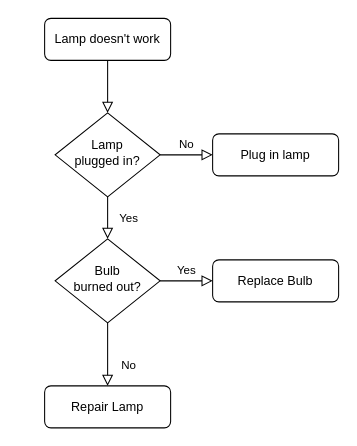
Above: 2.1.1.8 Lab - Creating a Process Flowchart.drawio in Shaykhouna/Cicsco_-_Lab_Netacad (draw.io), before the change. Source tidied: cells renumbered, new cells numbered last; positions are measured from the earlier drawing's top-left corner, leaving out a move shared by most shapes. Both pictures are drawn from the tidied source at 105%, with x=0, y=0 at pixel (44, 18).
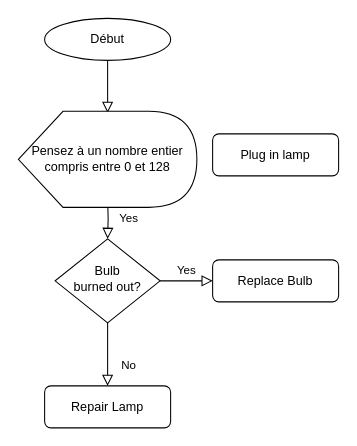
After the change.

Diff of the diagram source:
```diff
@@
 <mxGraphModel>
   <root>
     <mxCell id="0" />
     <mxCell id="1" parent="0" />
-    <mxCell id="2" style="rounded=0;html=1;jettySize=auto;fontSize=11;endArrow=block;endFill=0;endSize=8;strokeWidth=1;shadow=0;labelBackgroundColor=none;edgeStyle=orthogonalEdgeStyle;" parent="1" edge="1" source="3" target="6">
-      <mxGeometry relative="1" as="geometry" />
+    <mxCell id="2" style="rounded=0;html=1;jettySize=auto;fontSize=11;endArrow=block;endFill=0;endSize=8;strokeWidth=1;shadow=0;labelBackgroundColor=none;edgeStyle=orthogonalEdgeStyle;" parent="1" edge="1" source="3">
+      <mxGeometry relative="1" as="geometry">
+        <mxPoint x="60" y="90" as="targetPoint" />
+      </mxGeometry>
     </mxCell>
-    <mxCell id="3" value="Lamp doesn't work" style="rounded=1;whiteSpace=wrap;html=1;fontSize=12;glass=0;strokeWidth=1;shadow=0;" parent="1" vertex="1">
+    <mxCell id="3" value="Début" style="ellipse;whiteSpace=wrap;html=1;" parent="1" vertex="1">
       <mxGeometry width="120" height="40" as="geometry" />
     </mxCell>
-    <mxCell id="4" value="Yes" style="rounded=0;html=1;jettySize=auto;fontSize=11;endArrow=block;endFill=0;endSize=8;strokeWidth=1;shadow=0;labelBackgroundColor=none;edgeStyle=orthogonalEdgeStyle;" parent="1" edge="1" source="6" target="10">
-      <mxGeometry y="20" relative="1" as="geometry" />
+    <mxCell id="4" value="Yes" style="rounded=0;html=1;jettySize=auto;fontSize=11;endArrow=block;endFill=0;endSize=8;strokeWidth=1;shadow=0;labelBackgroundColor=none;edgeStyle=orthogonalEdgeStyle;" parent="1" edge="1" target="10">
+      <mxGeometry y="20" relative="1" as="geometry">
+        <mxPoint x="60" y="170" as="sourcePoint" />
+      </mxGeometry>
     </mxCell>
-    <mxCell id="5" value="No" style="edgeStyle=orthogonalEdgeStyle;rounded=0;html=1;jettySize=auto;fontSize=11;endArrow=block;endFill=0;endSize=8;strokeWidth=1;shadow=0;labelBackgroundColor=none;" parent="1" edge="1" source="6" target="7">
-      <mxGeometry y="10" relative="1" as="geometry" />
-    </mxCell>
-    <mxCell id="6" value="Lamp&lt;br&gt;plugged in?" style="rhombus;whiteSpace=wrap;html=1;shadow=0;fontFamily=Helvetica;fontSize=12;align=center;strokeWidth=1;spacing=6;spacingTop=-4;" parent="1" vertex="1">
-      <mxGeometry x="10" y="90" width="100" height="80" as="geometry" />
-    </mxCell>
     <mxCell id="7" value="Plug in lamp" style="rounded=1;whiteSpace=wrap;html=1;fontSize=12;glass=0;strokeWidth=1;shadow=0;" parent="1" vertex="1">
       <mxGeometry x="160" y="110" width="120" height="40" as="geometry" />
     </mxCell>
     <mxCell id="8" value="No" style="rounded=0;html=1;jettySize=auto;fontSize=11;endArrow=block;endFill=0;endSize=8;strokeWidth=1;shadow=0;labelBackgroundColor=none;edgeStyle=orthogonalEdgeStyle;" parent="1" edge="1" source="10" target="11">
       <mxGeometry x="0.33" y="20" relative="1" as="geometry" />
     </mxCell>
     <mxCell id="9" value="Yes" style="edgeStyle=orthogonalEdgeStyle;rounded=0;html=1;jettySize=auto;fontSize=11;endArrow=block;endFill=0;endSize=8;strokeWidth=1;shadow=0;labelBackgroundColor=none;" parent="1" edge="1" source="10" target="12">
       <mxGeometry y="10" relative="1" as="geometry" />
     </mxCell>
     <mxCell id="10" value="Bulb&lt;br&gt;burned out?" style="rhombus;whiteSpace=wrap;html=1;shadow=0;fontFamily=Helvetica;fontSize=12;align=center;strokeWidth=1;spacing=6;spacingTop=-4;" parent="1" vertex="1">
       <mxGeometry x="10" y="210" width="100" height="80" as="geometry" />
     </mxCell>
     <mxCell id="11" value="Repair Lamp" style="rounded=1;whiteSpace=wrap;html=1;fontSize=12;glass=0;strokeWidth=1;shadow=0;" parent="1" vertex="1">
       <mxGeometry y="350" width="120" height="40" as="geometry" />
     </mxCell>
     <mxCell id="12" value="Replace Bulb" style="rounded=1;whiteSpace=wrap;html=1;fontSize=12;glass=0;strokeWidth=1;shadow=0;" parent="1" vertex="1">
       <mxGeometry x="160" y="230" width="120" height="40" as="geometry" />
     </mxCell>
+    <mxCell id="13" value="Pensez à un nombre entier compris entre 0 et 128" style="shape=display;whiteSpace=wrap;html=1;" parent="1" vertex="1">
+      <mxGeometry x="-25" y="88.5" width="170" height="91.5" as="geometry" />
+    </mxCell>
   </root>
 </mxGraphModel>
```
